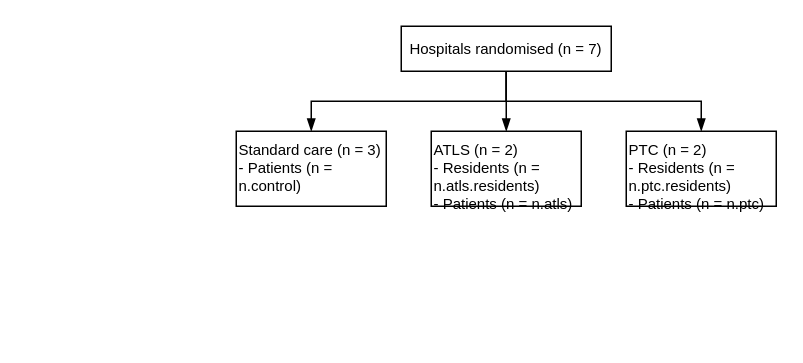
The draw.io diagram consort-flow-diagram.drawio in martingerdin/tern-pilot, before the edit. Source tidied: cells renumbered, new cells numbered last; positions are measured from the earlier drawing's top-left corner, leaving out a move shared by most shapes. Both pictures are drawn from the tidied source at 150%, with x=0, y=0 at pixel (236, 26).
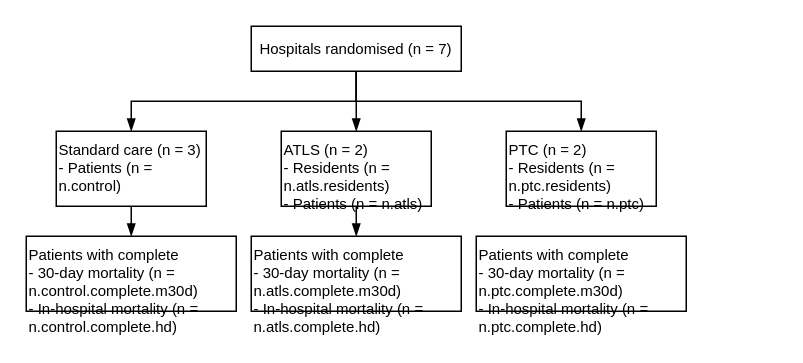
The same diagram, later.

The edit, as a diff of the source:
```diff
@@
 <mxGraphModel background="#ffffff">
   <root>
     <mxCell id="0" />
     <mxCell id="1" parent="0" />
     <mxCell id="2" style="edgeStyle=orthogonalEdgeStyle;html=1;exitX=0.5;exitY=1;exitDx=0;exitDy=0;entryX=0.5;entryY=0;entryDx=0;entryDy=0;strokeColor=#000000;fontColor=#000000;rounded=0;endArrow=blockThin;endFill=1;" parent="1" edge="1" source="5" target="6">
       <mxGeometry relative="1" as="geometry" />
     </mxCell>
     <mxCell id="3" style="rounded=0;html=1;exitX=0.5;exitY=1;exitDx=0;exitDy=0;entryX=0.5;entryY=0;entryDx=0;entryDy=0;strokeColor=#000000;fontColor=#000000;endArrow=blockThin;endFill=1;edgeStyle=orthogonalEdgeStyle;" parent="1" edge="1" source="5" target="8">
       <mxGeometry relative="1" as="geometry" />
     </mxCell>
     <mxCell id="4" style="edgeStyle=orthogonalEdgeStyle;rounded=0;html=1;exitX=0.5;exitY=1;exitDx=0;exitDy=0;entryX=0.5;entryY=0;entryDx=0;entryDy=0;strokeColor=#000000;fontColor=#000000;endArrow=blockThin;endFill=1;" parent="1" edge="1" source="5" target="7">
       <mxGeometry relative="1" as="geometry" />
     </mxCell>
     <mxCell id="5" value="&lt;font color=&quot;#000000&quot; style=&quot;font-size: 10px;&quot;&gt;Hospitals randomised (n = 7)&lt;/font&gt;" style="whiteSpace=wrap;html=1;strokeColor=#000000;fillColor=none;align=center;fontSize=10;" parent="1" vertex="1">
-      <mxGeometry x="110" width="140" height="30" as="geometry" />
+      <mxGeometry x="10" width="140" height="30" as="geometry" />
     </mxCell>
+    <mxCell id="9" style="edgeStyle=none;html=1;exitX=0.5;exitY=1;exitDx=0;exitDy=0;rounded=0;curved=0;endArrow=blockThin;endFill=1;" parent="1" edge="1" source="6" target="10">
+      <mxGeometry relative="1" as="geometry" />
+    </mxCell>
     <mxCell id="6" value="&lt;font color=&quot;#000000&quot; style=&quot;font-size: 10px;&quot;&gt;Standard care (n = 3)&lt;br style=&quot;font-size: 10px;&quot;&gt;- Patients (n = n.control)&lt;br style=&quot;font-size: 10px;&quot;&gt;&lt;/font&gt;" style="whiteSpace=wrap;html=1;strokeColor=#000000;fillColor=none;align=left;fontSize=10;verticalAlign=top;" parent="1" vertex="1">
-      <mxGeometry y="70" width="100" height="50" as="geometry" />
+      <mxGeometry x="-120" y="70" width="100" height="50" as="geometry" />
     </mxCell>
     <mxCell id="7" value="&lt;font color=&quot;#000000&quot; style=&quot;font-size: 10px;&quot;&gt;ATLS (n = 2)&lt;br style=&quot;font-size: 10px;&quot;&gt;- Residents (n = n.atls.residents)&lt;br style=&quot;font-size: 10px;&quot;&gt;- Patients (n = n.atls)&lt;br style=&quot;font-size: 10px;&quot;&gt;&lt;/font&gt;" style="whiteSpace=wrap;html=1;strokeColor=#000000;fillColor=none;align=left;fontSize=10;verticalAlign=top;labelPosition=center;verticalLabelPosition=middle;" parent="1" vertex="1">
-      <mxGeometry x="130" y="70" width="100" height="50" as="geometry" />
+      <mxGeometry x="30" y="70" width="100" height="50" as="geometry" />
     </mxCell>
     <mxCell id="8" value="&lt;font color=&quot;#000000&quot; style=&quot;font-size: 10px;&quot;&gt;PTC (n = 2)&lt;br style=&quot;font-size: 10px;&quot;&gt;- Residents (n = n.ptc.residents)&lt;br style=&quot;font-size: 10px;&quot;&gt;- Patients (n = n.ptc)&lt;br style=&quot;font-size: 10px;&quot;&gt;&lt;/font&gt;" style="whiteSpace=wrap;html=1;strokeColor=#000000;fillColor=none;align=left;fontSize=10;verticalAlign=top;" parent="1" vertex="1">
-      <mxGeometry x="260" y="70" width="100" height="50" as="geometry" />
+      <mxGeometry x="180" y="70" width="100" height="50" as="geometry" />
     </mxCell>
+    <mxCell id="10" value="&lt;font color=&quot;#000000&quot; style=&quot;font-size: 10px;&quot;&gt;Patients with complete&lt;/font&gt;&lt;div&gt;&lt;font color=&quot;#000000&quot;&gt;- 30-day mortality (n = n.control.complete.m30d)&lt;/font&gt;&lt;/div&gt;&lt;div&gt;&lt;font color=&quot;#000000&quot;&gt;- In-hospital mortality (n = n.control.complete.hd)&lt;/font&gt;&lt;/div&gt;" style="whiteSpace=wrap;html=1;strokeColor=#000000;fillColor=none;align=left;fontSize=10;verticalAlign=top;" parent="1" vertex="1">
+      <mxGeometry x="-140" y="140" width="140" height="50" as="geometry" />
+    </mxCell>
+    <mxCell id="11" value="&lt;font color=&quot;#000000&quot; style=&quot;font-size: 10px;&quot;&gt;Patients with complete&lt;/font&gt;&lt;div&gt;&lt;font color=&quot;#000000&quot;&gt;- 30-day mortality (n = n.atls.complete.m30d)&lt;/font&gt;&lt;/div&gt;&lt;div&gt;&lt;font color=&quot;#000000&quot;&gt;- In-hospital mortality (n = n.atls.complete.hd)&lt;/font&gt;&lt;/div&gt;" style="whiteSpace=wrap;html=1;strokeColor=#000000;fillColor=none;align=left;fontSize=10;verticalAlign=top;" parent="1" vertex="1">
+      <mxGeometry x="10" y="140" width="140" height="50" as="geometry" />
+    </mxCell>
+    <mxCell id="12" style="edgeStyle=none;html=1;exitX=0.5;exitY=1;exitDx=0;exitDy=0;rounded=0;curved=0;endArrow=blockThin;endFill=1;entryX=0.5;entryY=0;entryDx=0;entryDy=0;" parent="1" edge="1" source="7" target="11">
+      <mxGeometry relative="1" as="geometry" />
+    </mxCell>
+    <mxCell id="13" value="&lt;font color=&quot;#000000&quot; style=&quot;font-size: 10px;&quot;&gt;Patients with complete&lt;/font&gt;&lt;div&gt;&lt;font color=&quot;#000000&quot;&gt;- 30-day mortality (n = n.ptc.complete.m30d)&lt;/font&gt;&lt;/div&gt;&lt;div&gt;&lt;font color=&quot;#000000&quot;&gt;- In-hospital mortality (n = n.ptc.complete.hd)&lt;/font&gt;&lt;/div&gt;" style="whiteSpace=wrap;html=1;strokeColor=#000000;fillColor=none;align=left;fontSize=10;verticalAlign=top;" parent="1" vertex="1">
+      <mxGeometry x="160" y="140" width="140" height="50" as="geometry" />
+    </mxCell>
   </root>
 </mxGraphModel>
```
